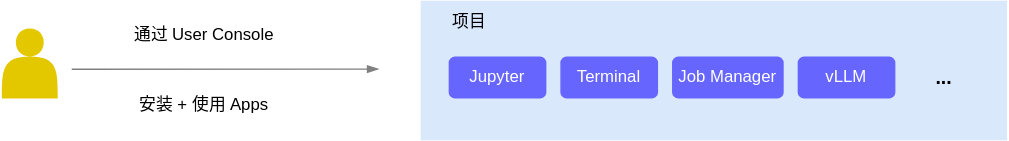
Above: src/assets/overview/use-user-console.drawio.svg in t9k/ucman (draw.io), before the change. Source tidied: cells renumbered, new cells last; positions are measured from the earlier drawing's top-left corner, leaving out a move shared by most shapes.
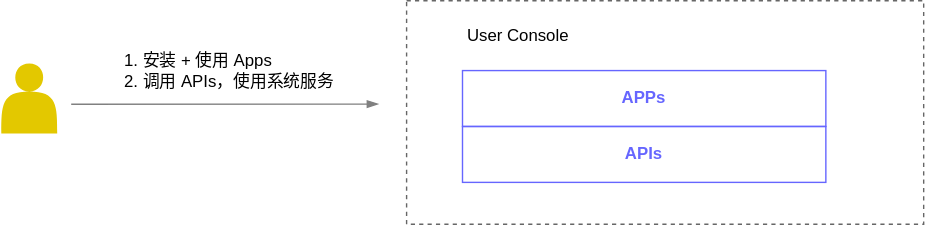
Above is the later version.

Commit message:
improve section 'user-console' in overview page

Change to the diagram source:
```diff
@@ -2,41 +2,29 @@
   <root>
     <mxCell id="0" />
     <mxCell id="1" parent="0" />
-    <mxCell id="2" style="rounded=0;whiteSpace=wrap;html=1;fillColor=#dae8fc;strokeColor=none;" parent="1" vertex="1">
-      <mxGeometry x="300" width="420" height="100" as="geometry" />
+    <mxCell id="2" style="rounded=0;whiteSpace=wrap;html=1;fillColor=none;strokeColor=#666666;fontColor=#333333;dashed=1;" parent="1" vertex="1">
+      <mxGeometry x="290" y="-10" width="370" height="160" as="geometry" />
     </mxCell>
-    <mxCell id="3" value="通过 User Console" style="text;html=1;strokeColor=none;fillColor=none;align=center;verticalAlign=middle;whiteSpace=wrap;rounded=0;" parent="1" vertex="1">
-      <mxGeometry x="90" y="10" width="110" height="30" as="geometry" />
-    </mxCell>
-    <mxCell id="4" value="安装 + 使用 Apps" style="text;html=1;strokeColor=none;fillColor=none;align=center;verticalAlign=middle;whiteSpace=wrap;rounded=0;" parent="1" vertex="1">
-      <mxGeometry x="90" y="60" width="110" height="30" as="geometry" />
+    <mxCell id="4" value="&lt;div style=&quot;text-align: left;&quot;&gt;&lt;ol&gt;&lt;li&gt;&lt;span style=&quot;background-color: initial;&quot;&gt;安装 + 使用 Apps&lt;/span&gt;&lt;/li&gt;&lt;li&gt;&lt;span style=&quot;background-color: initial;&quot;&gt;调用 APIs，使用系统服务&lt;/span&gt;&lt;/li&gt;&lt;/ol&gt;&lt;/div&gt;" style="text;html=1;strokeColor=none;fillColor=none;align=center;verticalAlign=middle;whiteSpace=wrap;rounded=0;" parent="1" vertex="1">
+      <mxGeometry x="60" y="25" width="180" height="30" as="geometry" />
     </mxCell>
-    <mxCell id="5" value="项目" style="text;html=1;strokeColor=none;fillColor=none;align=center;verticalAlign=middle;whiteSpace=wrap;rounded=0;" parent="1" vertex="1">
-      <mxGeometry x="310" width="50" height="30" as="geometry" />
+    <mxCell id="5" value="User Console" style="text;html=1;strokeColor=none;fillColor=none;align=center;verticalAlign=middle;whiteSpace=wrap;rounded=0;" parent="1" vertex="1">
+      <mxGeometry x="330" width="80" height="30" as="geometry" />
     </mxCell>
     <mxCell id="6" style="edgeStyle=none;html=1;fontColor=#FFFFFF;strokeColor=#808080;endArrow=blockThin;endFill=1;" parent="1" edge="1">
       <mxGeometry relative="1" as="geometry">
-        <mxPoint x="50" y="49.1" as="sourcePoint" />
-        <mxPoint x="270" y="49" as="targetPoint" />
+        <mxPoint x="50" y="64.1" as="sourcePoint" />
+        <mxPoint x="270" y="64" as="targetPoint" />
       </mxGeometry>
     </mxCell>
     <mxCell id="7" style="shape=actor;whiteSpace=wrap;html=1;fillColor=#e3c800;strokeColor=none;fontColor=#000000;" parent="1" vertex="1">
-      <mxGeometry y="20" width="40" height="50" as="geometry" />
+      <mxGeometry y="35" width="40" height="50" as="geometry" />
     </mxCell>
-    <mxCell id="8" value="Jupyter" style="rounded=1;whiteSpace=wrap;html=1;fillColor=#6666FF;strokeColor=none;fontColor=#FFFFFF;" parent="1" vertex="1">
-      <mxGeometry x="320" y="40" width="70" height="30" as="geometry" />
-    </mxCell>
-    <mxCell id="9" value="Terminal" style="rounded=1;whiteSpace=wrap;html=1;fillColor=#6666FF;strokeColor=none;fontColor=#FFFFFF;" parent="1" vertex="1">
-      <mxGeometry x="400" y="40" width="70" height="30" as="geometry" />
-    </mxCell>
-    <mxCell id="10" value="Job Manager" style="rounded=1;whiteSpace=wrap;html=1;fillColor=#6666FF;strokeColor=none;fontColor=#FFFFFF;" parent="1" vertex="1">
-      <mxGeometry x="480" y="40" width="80" height="30" as="geometry" />
-    </mxCell>
-    <mxCell id="11" value="vLLM" style="rounded=1;whiteSpace=wrap;html=1;fillColor=#6666FF;strokeColor=none;fontColor=#FFFFFF;" parent="1" vertex="1">
-      <mxGeometry x="570" y="40" width="70" height="30" as="geometry" />
-    </mxCell>
-    <mxCell id="12" value="&lt;font style=&quot;font-size: 14px;&quot;&gt;&lt;b&gt;...&lt;/b&gt;&lt;/font&gt;" style="text;html=1;strokeColor=none;fillColor=none;align=center;verticalAlign=middle;whiteSpace=wrap;rounded=0;" parent="1" vertex="1">
-      <mxGeometry x="650" y="40" width="50" height="30" as="geometry" />
-    </mxCell>
+    <mxCell id="13" value="&lt;font color=&quot;#6666ff&quot;&gt;&lt;b&gt;APIs&lt;/b&gt;&lt;/font&gt;" style="rounded=0;whiteSpace=wrap;html=1;fillColor=none;strokeColor=#6666FF;fontColor=#FFFFFF;" parent="1" vertex="1">
+      <mxGeometry x="330" y="80" width="260" height="40" as="geometry" />
+    </mxCell>
+    <mxCell id="14" value="&lt;font color=&quot;#6666ff&quot;&gt;&lt;b&gt;APPs&lt;/b&gt;&lt;/font&gt;" style="rounded=0;whiteSpace=wrap;html=1;fillColor=none;strokeColor=#6666FF;fontColor=#FFFFFF;" parent="1" vertex="1">
+      <mxGeometry x="330" y="40" width="260" height="40" as="geometry" />
+    </mxCell>
   </root>
 </mxGraphModel>
```
